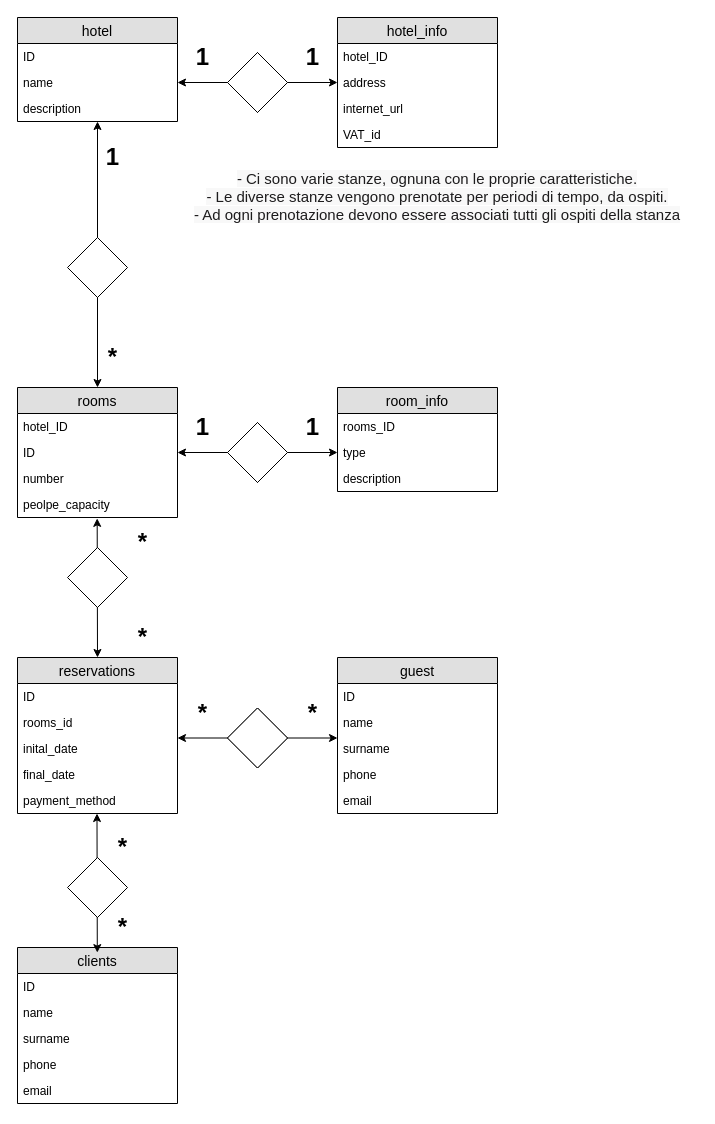
The draw.io diagram hotel.drawio in marcopa84/db-hotel, before the edit. Source tidied: cells renumbered, new cells numbered last; positions are measured from the earlier drawing's top-left corner, leaving out a move shared by most shapes. Both pictures are drawn from the tidied source at 100%, with x=0, y=0 at pixel (17, 17).
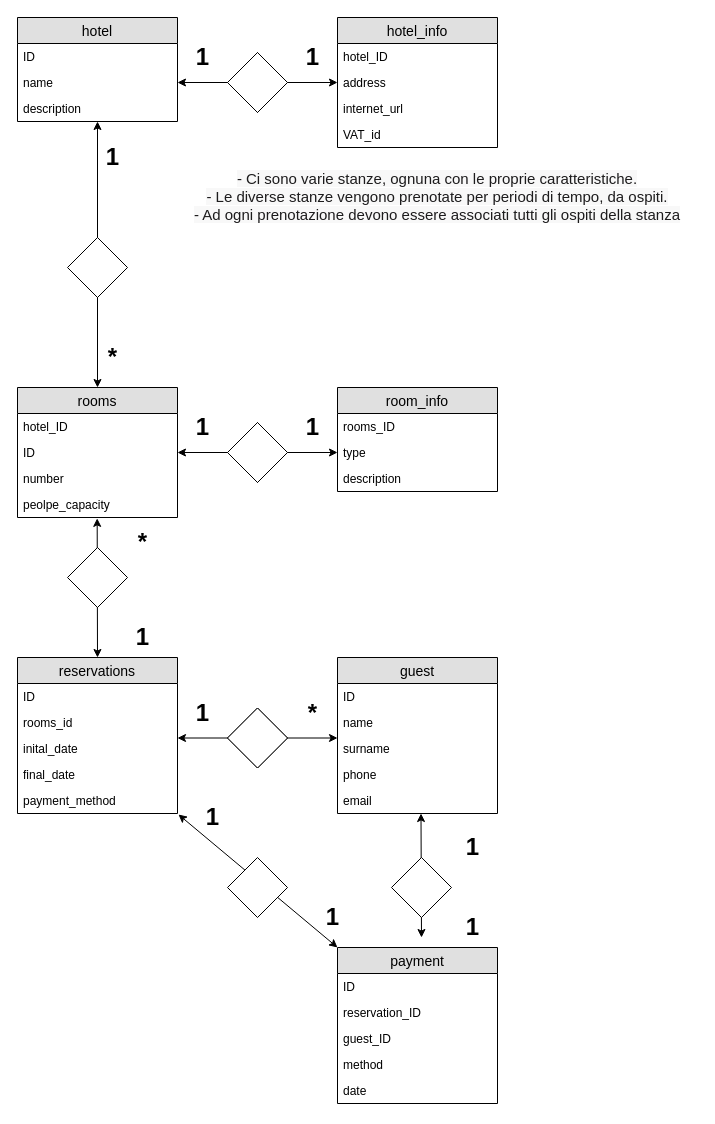
The same page after the edit.

The change refers to these unchanged cells:
```xml
<mxCell id="41" value="payment_method" style="text;strokeColor=none;fillColor=none;spacingLeft=4;spacingRight=4;overflow=hidden;points=[[0,0.5],[1,0.5]];portConstraint=eastwest;fontSize=12;" parent="36" vertex="1">
  <mxGeometry y="130" width="160" height="26" as="geometry" />
</mxCell>
```

Diff of the diagram source:
```diff
@@
-    <mxCell id="50" value="*" style="text;strokeColor=none;fillColor=none;html=1;fontSize=24;fontStyle=1;verticalAlign=middle;align=center;shadow=0;" parent="1" vertex="1">
+    <mxCell id="50" value="1" style="text;strokeColor=none;fillColor=none;html=1;fontSize=24;fontStyle=1;verticalAlign=middle;align=center;shadow=0;" parent="1" vertex="1">
       <mxGeometry x="110" y="600" width="30" height="40" as="geometry" />
     </mxCell>
-    <mxCell id="51" value="clients" style="swimlane;fontStyle=0;horizontal=1;startSize=26;fillColor=#e0e0e0;swimlaneFillColor=#ffffff;align=center;fontSize=14;" parent="1" vertex="1">
-      <mxGeometry y="930" width="160" height="156" as="geometry" />
-    </mxCell>
-    <mxCell id="52" value="ID" style="text;strokeColor=none;fillColor=none;spacingLeft=4;spacingRight=4;overflow=hidden;fontSize=12;" parent="51" vertex="1">
-      <mxGeometry y="26" width="160" height="26" as="geometry" />
-    </mxCell>
-    <mxCell id="53" value="name" style="text;strokeColor=none;fillColor=none;spacingLeft=4;spacingRight=4;overflow=hidden;fontSize=12;" parent="51" vertex="1">
-      <mxGeometry y="52" width="160" height="26" as="geometry" />
-    </mxCell>
-    <mxCell id="54" value="surname" style="text;strokeColor=none;fillColor=none;spacingLeft=4;spacingRight=4;overflow=hidden;fontSize=12;" parent="51" vertex="1">
-      <mxGeometry y="78" width="160" height="26" as="geometry" />
-    </mxCell>
-    <mxCell id="55" value="phone" style="text;strokeColor=none;fillColor=none;spacingLeft=4;spacingRight=4;overflow=hidden;fontSize=12;" parent="51" vertex="1">
-      <mxGeometry y="104" width="160" height="26" as="geometry" />
-    </mxCell>
-    <mxCell id="56" value="email" style="text;strokeColor=none;fillColor=none;spacingLeft=4;spacingRight=4;overflow=hidden;fontSize=12;" parent="51" vertex="1">
-      <mxGeometry y="130" width="160" height="26" as="geometry" />
-    </mxCell>
-    <mxCell id="57" style="endArrow=classic;startArrow=classic;html=1;entryX=0.498;entryY=1.034;entryDx=0;entryDy=0;exitX=0.5;exitY=0;exitDx=0;exitDy=0;entryPerimeter=0;" parent="1" edge="1">
+    <mxCell id="57" style="endArrow=classic;startArrow=classic;html=1;entryX=0.498;entryY=1.034;entryDx=0;entryDy=0;entryPerimeter=0;" parent="1" edge="1">
       <mxGeometry relative="1" as="geometry">
-        <mxPoint x="79.8" y="935.1" as="sourcePoint" />
-        <mxPoint x="79.5" y="796" as="targetPoint" />
+        <mxPoint x="404" y="920" as="sourcePoint" />
+        <mxPoint x="403.5" y="796" as="targetPoint" />
       </mxGeometry>
     </mxCell>
     <mxCell id="58" style="shape=rhombus;perimeter=rhombusPerimeter;whiteSpace=wrap;html=1;align=center;shadow=0;fillColor=#FFFFFF;" parent="1" vertex="1">
-      <mxGeometry x="50" y="840" width="60" height="60" as="geometry" />
+      <mxGeometry x="374" y="840" width="60" height="60" as="geometry" />
     </mxCell>
-    <mxCell id="59" value="*" style="text;strokeColor=none;fillColor=none;html=1;fontSize=24;fontStyle=1;verticalAlign=middle;align=center;shadow=0;" parent="1" vertex="1">
-      <mxGeometry x="90" y="810" width="30" height="40" as="geometry" />
+    <mxCell id="59" value="1" style="text;strokeColor=none;fillColor=none;html=1;fontSize=24;fontStyle=1;verticalAlign=middle;align=center;shadow=0;" parent="1" vertex="1">
+      <mxGeometry x="440" y="810" width="30" height="40" as="geometry" />
     </mxCell>
-    <mxCell id="60" value="*" style="text;strokeColor=none;fillColor=none;html=1;fontSize=24;fontStyle=1;verticalAlign=middle;align=center;shadow=0;" parent="1" vertex="1">
-      <mxGeometry x="90" y="890" width="30" height="40" as="geometry" />
-    </mxCell>
@@
-    <mxCell id="68" value="*" style="text;strokeColor=none;fillColor=none;html=1;fontSize=24;fontStyle=1;verticalAlign=middle;align=center;shadow=0;" parent="1" vertex="1">
+    <mxCell id="68" value="1" style="text;strokeColor=none;fillColor=none;html=1;fontSize=24;fontStyle=1;verticalAlign=middle;align=center;shadow=0;" parent="1" vertex="1">
       <mxGeometry x="160" y="685.5" width="50" height="20" as="geometry" />
     </mxCell>
@@
+    <mxCell id="72" value="payment" style="swimlane;fontStyle=0;horizontal=1;startSize=26;fillColor=#e0e0e0;swimlaneFillColor=#ffffff;align=center;fontSize=14;" parent="1" vertex="1">
+      <mxGeometry x="320" y="930" width="160" height="156" as="geometry" />
+    </mxCell>
+    <mxCell id="52" value="ID" style="text;strokeColor=none;fillColor=none;spacingLeft=4;spacingRight=4;overflow=hidden;fontSize=12;" parent="72" vertex="1">
+      <mxGeometry y="26" width="160" height="26" as="geometry" />
+    </mxCell>
+    <mxCell id="73" value="reservation_ID" style="text;strokeColor=none;fillColor=none;spacingLeft=4;spacingRight=4;overflow=hidden;fontSize=12;" parent="72" vertex="1">
+      <mxGeometry y="52" width="160" height="26" as="geometry" />
+    </mxCell>
+    <mxCell id="74" value="guest_ID" style="text;strokeColor=none;fillColor=none;spacingLeft=4;spacingRight=4;overflow=hidden;fontSize=12;" parent="72" vertex="1">
+      <mxGeometry y="78" width="160" height="26" as="geometry" />
+    </mxCell>
+    <mxCell id="75" value="method" style="text;strokeColor=none;fillColor=none;spacingLeft=4;spacingRight=4;overflow=hidden;fontSize=12;" parent="72" vertex="1">
+      <mxGeometry y="104" width="160" height="26" as="geometry" />
+    </mxCell>
+    <mxCell id="76" value="date" style="text;strokeColor=none;fillColor=none;spacingLeft=4;spacingRight=4;overflow=hidden;fontSize=12;" parent="72" vertex="1">
+      <mxGeometry y="130" width="160" height="26" as="geometry" />
+    </mxCell>
+    <mxCell id="77" style="endArrow=classic;startArrow=classic;html=1;entryX=1.006;entryY=1.038;entryDx=0;entryDy=0;entryPerimeter=0;exitX=0;exitY=0;exitDx=0;exitDy=0;" parent="1" edge="1" source="72" target="41">
+      <mxGeometry relative="1" as="geometry" />
+    </mxCell>
+    <mxCell id="78" style="shape=rhombus;perimeter=rhombusPerimeter;whiteSpace=wrap;html=1;align=center;shadow=0;fillColor=#FFFFFF;" parent="1" vertex="1">
+      <mxGeometry x="210" y="840" width="60" height="60" as="geometry" />
+    </mxCell>
+    <mxCell id="79" value="1" style="text;strokeColor=none;fillColor=none;html=1;fontSize=24;fontStyle=1;verticalAlign=middle;align=center;shadow=0;" parent="1" vertex="1">
+      <mxGeometry x="170" y="790" width="50" height="20" as="geometry" />
+    </mxCell>
+    <mxCell id="80" value="1" style="text;strokeColor=none;fillColor=none;html=1;fontSize=24;fontStyle=1;verticalAlign=middle;align=center;shadow=0;" parent="1" vertex="1">
+      <mxGeometry x="290" y="890" width="50" height="20" as="geometry" />
+    </mxCell>
+    <mxCell id="81" value="1" style="text;strokeColor=none;fillColor=none;html=1;fontSize=24;fontStyle=1;verticalAlign=middle;align=center;shadow=0;" parent="1" vertex="1">
+      <mxGeometry x="440" y="890" width="30" height="40" as="geometry" />
+    </mxCell>
```
